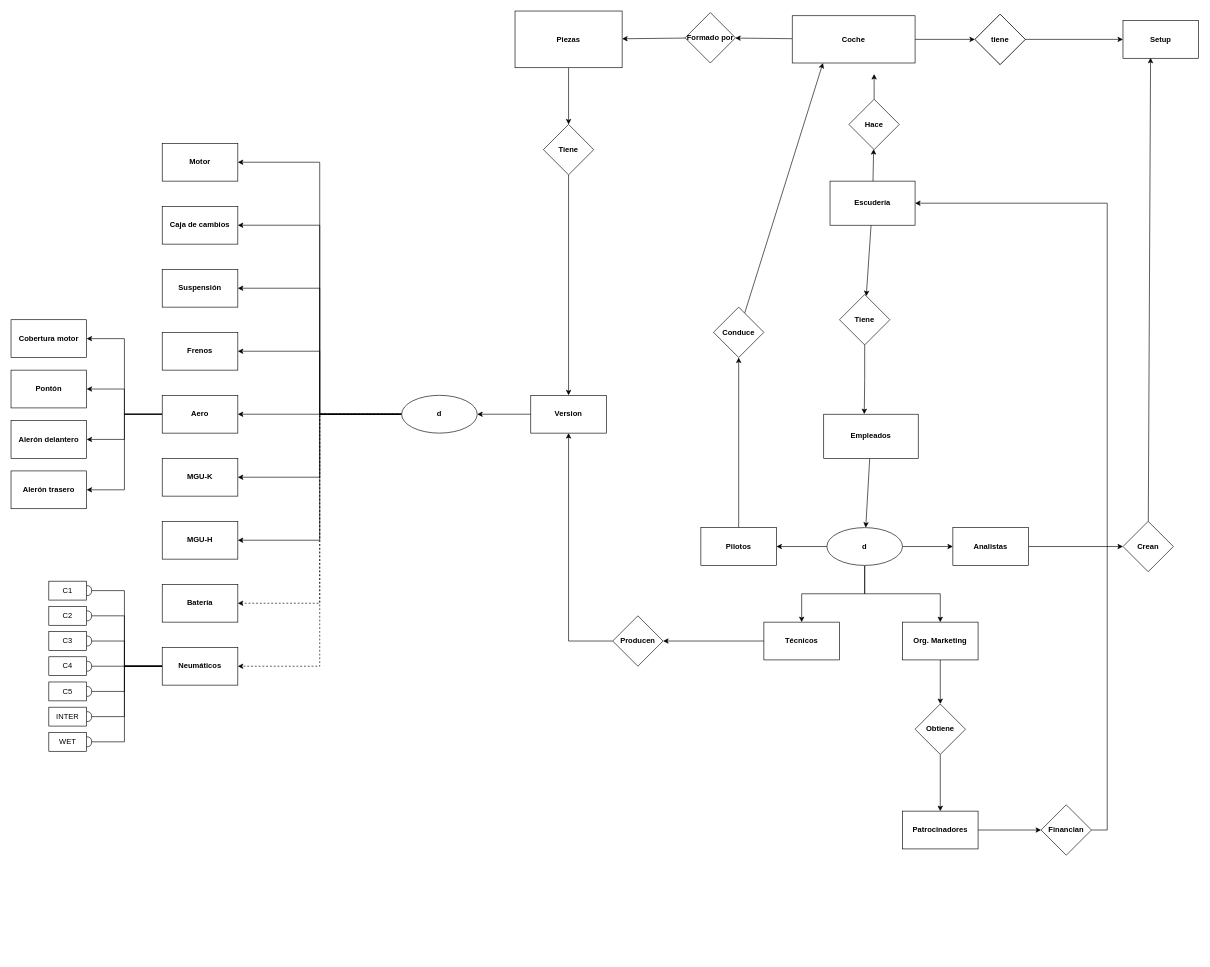
This is Diagrama sin título.drawio from sofiaxinzo/mere, a draw.io file, before an edit. Source tidied: cells renumbered, new cells numbered last; positions are measured from the earlier drawing's top-left corner, leaving out a move shared by most shapes. Both pictures are drawn from the tidied source at 63%, with x=0, y=0 at pixel (11, 11).
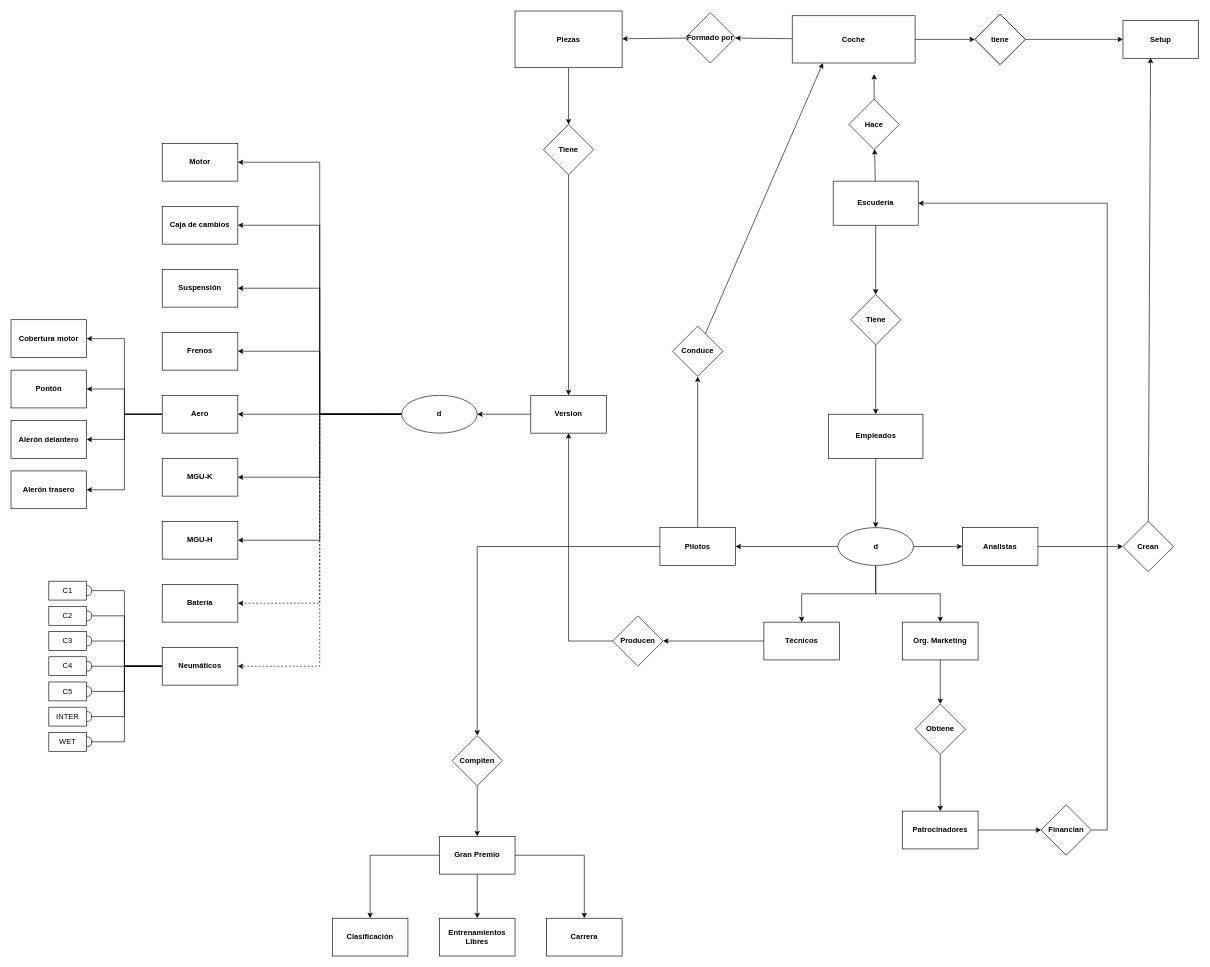
After the change.

Change to the diagram source:
```diff
@@
-    <mxCell id="10" style="edgeStyle=orthogonalEdgeStyle;rounded=0;jettySize=auto;html=1;entryX=0.429;entryY=-0.003;entryDx=0;entryDy=0;entryPerimeter=0;" parent="1" edge="1" source="11" target="40">
+    <mxCell id="10" style="edgeStyle=orthogonalEdgeStyle;rounded=0;jettySize=auto;html=1;entryX=0.5;entryY=0;entryDx=0;entryDy=0;endArrow=classic;endFill=1;" parent="1" edge="1" source="11" target="40">
       <mxGeometry relative="1" as="geometry" />
     </mxCell>
     <mxCell id="11" value="Tiene" style="rhombus;whiteSpace=wrap;html=1;startSize=30;fontStyle=1;" parent="1" vertex="1">
-      <mxGeometry x="1315" y="450" width="80" height="80" as="geometry" />
+      <mxGeometry x="1332.5" y="450" width="80" height="80" as="geometry" />
     </mxCell>
@@
     <mxCell id="16" value="d" style="ellipse;whiteSpace=wrap;html=1;startSize=30;fontStyle=1;" parent="1" vertex="1">
-      <mxGeometry x="1295" y="820" width="120" height="60" as="geometry" />
+      <mxGeometry x="1312.5" y="820" width="120" height="60" as="geometry" />
     </mxCell>
@@
+    <mxCell id="92" style="edgeStyle=orthogonalEdgeStyle;rounded=0;jettySize=auto;html=1;endArrow=classic;endFill=1;entryX=0.5;entryY=0;entryDx=0;entryDy=0;" parent="1" edge="1" source="18" target="94">
+      <mxGeometry relative="1" as="geometry" />
+    </mxCell>
     <mxCell id="18" value="Pilotos" style="whiteSpace=wrap;html=1;startSize=30;fontStyle=1;" parent="1" vertex="1">
-      <mxGeometry x="1095" y="820" width="120" height="60" as="geometry" />
+      <mxGeometry x="1030" y="820" width="120" height="60" as="geometry" />
     </mxCell>
@@
     <mxCell id="20" value="Analistas" style="whiteSpace=wrap;html=1;startSize=30;fontStyle=1;" parent="1" vertex="1">
-      <mxGeometry x="1495" y="820" width="120" height="60" as="geometry" />
+      <mxGeometry x="1510" y="820" width="120" height="60" as="geometry" />
     </mxCell>
@@
     <mxCell id="38" value="&lt;b&gt;Escudería&lt;/b&gt;" style="rounded=0;whiteSpace=wrap;html=1;" parent="1" vertex="1">
-      <mxGeometry x="1300" y="270" width="135" height="70" as="geometry" />
+      <mxGeometry x="1305" y="270" width="135" height="70" as="geometry" />
     </mxCell>
@@
     <mxCell id="40" value="&lt;b&gt;Empleados&lt;/b&gt;" style="rounded=0;whiteSpace=wrap;html=1;" parent="1" vertex="1">
-      <mxGeometry x="1290" y="640" width="150" height="70" as="geometry" />
+      <mxGeometry x="1297.5" y="640" width="150" height="70" as="geometry" />
     </mxCell>
@@
     <mxCell id="48" value="Conduce" style="rhombus;whiteSpace=wrap;html=1;startSize=30;fontStyle=1;" parent="1" vertex="1">
-      <mxGeometry x="1115" y="470" width="80" height="80" as="geometry" />
+      <mxGeometry x="1050" y="500" width="80" height="80" as="geometry" />
     </mxCell>
@@
+    <mxCell id="93" style="edgeStyle=orthogonalEdgeStyle;rounded=0;jettySize=auto;html=1;entryX=0.5;entryY=0;entryDx=0;entryDy=0;endArrow=classic;endFill=1;" parent="1" edge="1" source="94" target="98">
+      <mxGeometry relative="1" as="geometry" />
+    </mxCell>
+    <mxCell id="94" value="Compiten" style="rhombus;whiteSpace=wrap;html=1;startSize=30;fontStyle=1;" parent="1" vertex="1">
+      <mxGeometry x="700" y="1150" width="80" height="80" as="geometry" />
+    </mxCell>
+    <mxCell id="95" style="edgeStyle=orthogonalEdgeStyle;rounded=0;jettySize=auto;html=1;entryX=0.5;entryY=0;entryDx=0;entryDy=0;endArrow=classic;endFill=1;" parent="1" edge="1" source="98" target="101">
+      <mxGeometry relative="1" as="geometry" />
+    </mxCell>
+    <mxCell id="96" style="edgeStyle=orthogonalEdgeStyle;rounded=0;jettySize=auto;html=1;entryX=0.5;entryY=0;entryDx=0;entryDy=0;endArrow=classic;endFill=1;" parent="1" edge="1" source="98" target="100">
+      <mxGeometry relative="1" as="geometry" />
+    </mxCell>
+    <mxCell id="97" style="edgeStyle=orthogonalEdgeStyle;rounded=0;jettySize=auto;html=1;entryX=0.5;entryY=0;entryDx=0;entryDy=0;endArrow=classic;endFill=1;" parent="1" edge="1" source="98" target="99">
+      <mxGeometry relative="1" as="geometry" />
+    </mxCell>
+    <mxCell id="98" value="&lt;b&gt;Gran Premio&lt;/b&gt;" style="rounded=0;whiteSpace=wrap;html=1;" parent="1" vertex="1">
+      <mxGeometry x="680" y="1310" width="120" height="60" as="geometry" />
+    </mxCell>
+    <mxCell id="99" value="&lt;b&gt;Clasificación&lt;/b&gt;" style="rounded=0;whiteSpace=wrap;html=1;" parent="1" vertex="1">
+      <mxGeometry x="510" y="1440" width="120" height="60" as="geometry" />
+    </mxCell>
+    <mxCell id="100" value="&lt;b&gt;Carrera&lt;/b&gt;" style="rounded=0;whiteSpace=wrap;html=1;" parent="1" vertex="1">
+      <mxGeometry x="850" y="1440" width="120" height="60" as="geometry" />
+    </mxCell>
+    <mxCell id="101" value="&lt;b&gt;Entrenamientos Libres&lt;/b&gt;" style="rounded=0;whiteSpace=wrap;html=1;" parent="1" vertex="1">
+      <mxGeometry x="680" y="1440" width="120" height="60" as="geometry" />
+    </mxCell>
```
